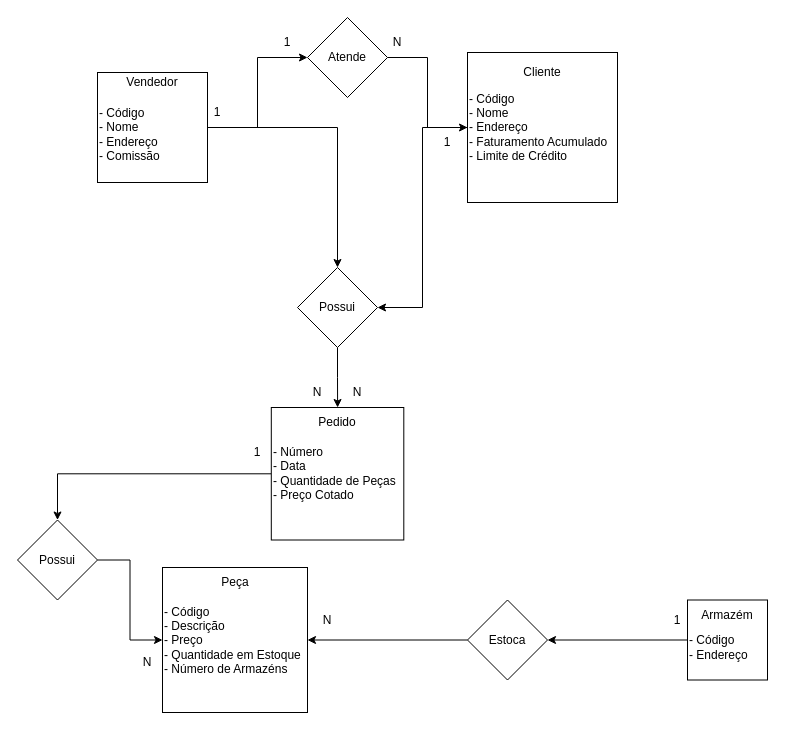
Earlier version of the draw.io diagram Loja de Vendas.drawio (Dandiels/Diagramas-de-Banco-de-Dados). Source tidied: cells renumbered, new cells numbered last; positions are measured from the earlier drawing's top-left corner, leaving out a move shared by most shapes. Both pictures are drawn from the tidied source at 100%, with x=0, y=0 at pixel (17, 17).
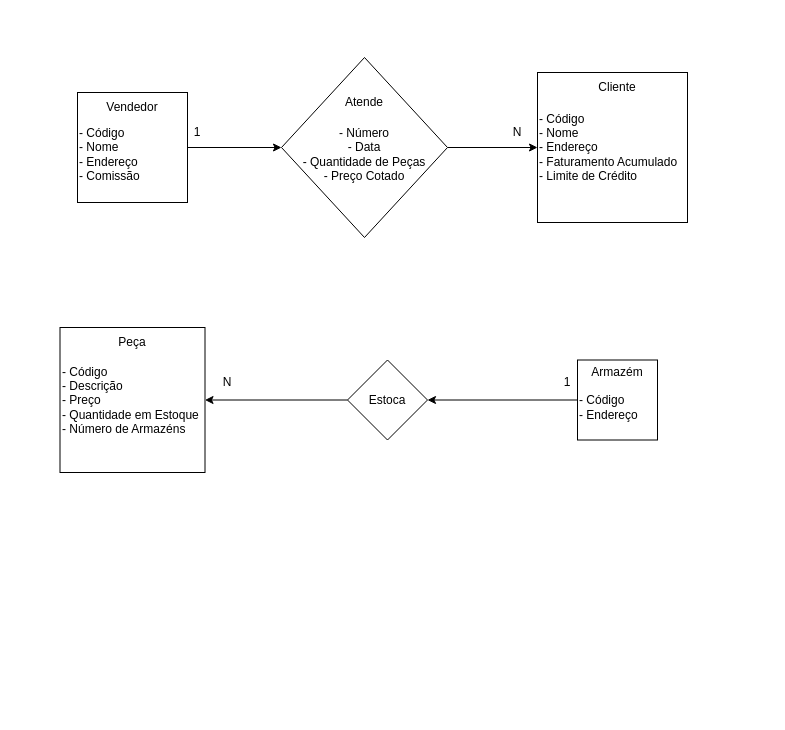
After the change.

Diff of the diagram source:
```diff
@@
-    <mxCell id="3" style="edgeStyle=orthogonalEdgeStyle;rounded=0;jettySize=auto;html=1;entryX=0.5;entryY=0;entryDx=0;entryDy=0;" parent="1" edge="1" source="4" target="26">
-      <mxGeometry relative="1" as="geometry" />
-    </mxCell>
     <mxCell id="4" value="&lt;br&gt;- Código&lt;br&gt;- Nome&lt;br&gt;- Endereço&lt;br&gt;- Comissão" style="whiteSpace=wrap;html=1;align=left;" parent="1" vertex="1">
-      <mxGeometry x="80" y="55" width="110" height="110" as="geometry" />
+      <mxGeometry x="60" y="75" width="110" height="110" as="geometry" />
     </mxCell>
     <mxCell id="5" value="Vendedor" style="text;html=1;strokeColor=none;fillColor=none;align=center;verticalAlign=middle;whiteSpace=wrap;rounded=0;" parent="1" vertex="1">
-      <mxGeometry x="105" y="50" width="60" height="30" as="geometry" />
+      <mxGeometry x="85" y="75" width="60" height="30" as="geometry" />
     </mxCell>
-    <mxCell id="6" style="edgeStyle=orthogonalEdgeStyle;rounded=0;jettySize=auto;html=1;entryX=1;entryY=0.5;entryDx=0;entryDy=0;" parent="1" edge="1" source="7" target="26">
-      <mxGeometry relative="1" as="geometry" />
-    </mxCell>
     <mxCell id="7" value="- Código&lt;br&gt;- Nome&lt;br&gt;- Endereço&lt;br&gt;- Faturamento Acumulado&lt;br&gt;- Limite de Crédito" style="whiteSpace=wrap;html=1;align=left;" parent="1" vertex="1">
-      <mxGeometry x="450" y="35" width="150" height="150" as="geometry" />
+      <mxGeometry x="520" y="55" width="150" height="150" as="geometry" />
     </mxCell>
     <mxCell id="8" value="Cliente" style="text;html=1;strokeColor=none;fillColor=none;align=center;verticalAlign=middle;whiteSpace=wrap;rounded=0;" parent="1" vertex="1">
-      <mxGeometry x="495" y="40" width="60" height="30" as="geometry" />
+      <mxGeometry x="570" y="55" width="60" height="30" as="geometry" />
     </mxCell>
@@
-    <mxCell id="10" value="Atende" style="rhombus;whiteSpace=wrap;html=1;" parent="1" vertex="1">
-      <mxGeometry x="290" width="80" height="80" as="geometry" />
+    <mxCell id="10" value="&lt;br&gt;- Número&lt;br&gt;- Data&lt;br&gt;- Quantidade de Peças&lt;br&gt;- Preço Cotado" style="rhombus;whiteSpace=wrap;html=1;" parent="1" vertex="1">
+      <mxGeometry x="264" y="40" width="166" height="180" as="geometry" />
     </mxCell>
     <mxCell id="11" value="N" style="text;html=1;strokeColor=none;fillColor=none;align=center;verticalAlign=middle;whiteSpace=wrap;rounded=0;" parent="1" vertex="1">
-      <mxGeometry x="350" y="10" width="60" height="30" as="geometry" />
+      <mxGeometry x="470" y="100" width="60" height="30" as="geometry" />
     </mxCell>
-    <mxCell id="12" value="1" style="text;html=1;strokeColor=none;fillColor=none;align=center;verticalAlign=middle;whiteSpace=wrap;rounded=0;" parent="1" vertex="1">
-      <mxGeometry x="240" y="10" width="60" height="30" as="geometry" />
-    </mxCell>
     <mxCell id="13" value="- Código&lt;br&gt;- Descrição&lt;br&gt;- Preço&lt;br&gt;- Quantidade em Estoque&lt;br&gt;- Número de Armazéns" style="whiteSpace=wrap;html=1;align=left;" parent="1" vertex="1">
-      <mxGeometry x="145" y="550" width="145" height="145" as="geometry" />
+      <mxGeometry x="42.5" y="310" width="145" height="145" as="geometry" />
     </mxCell>
     <mxCell id="14" value="Peça" style="text;html=1;strokeColor=none;fillColor=none;align=center;verticalAlign=middle;whiteSpace=wrap;rounded=0;" parent="1" vertex="1">
-      <mxGeometry x="187.5" y="550" width="60" height="30" as="geometry" />
+      <mxGeometry x="85" y="310" width="60" height="30" as="geometry" />
     </mxCell>
@@
     <mxCell id="16" value="&lt;br&gt;- Código&lt;br&gt;- Endereço" style="whiteSpace=wrap;html=1;align=left;" parent="1" vertex="1">
-      <mxGeometry x="670" y="582.5" width="80" height="80" as="geometry" />
+      <mxGeometry x="560" y="342.5" width="80" height="80" as="geometry" />
     </mxCell>
     <mxCell id="17" value="Armazém" style="text;html=1;strokeColor=none;fillColor=none;align=center;verticalAlign=middle;whiteSpace=wrap;rounded=0;" parent="1" vertex="1">
-      <mxGeometry x="680" y="582.5" width="60" height="30" as="geometry" />
+      <mxGeometry x="570" y="340" width="60" height="30" as="geometry" />
     </mxCell>
@@
     <mxCell id="19" value="Estoca" style="rhombus;whiteSpace=wrap;html=1;" parent="1" vertex="1">
-      <mxGeometry x="450" y="582.5" width="80" height="80" as="geometry" />
+      <mxGeometry x="330" y="342.5" width="80" height="80" as="geometry" />
     </mxCell>
     <mxCell id="20" value="N" style="text;html=1;strokeColor=none;fillColor=none;align=center;verticalAlign=middle;whiteSpace=wrap;rounded=0;" parent="1" vertex="1">
-      <mxGeometry x="280" y="587.5" width="60" height="30" as="geometry" />
+      <mxGeometry x="180" y="350" width="60" height="30" as="geometry" />
     </mxCell>
     <mxCell id="21" value="1" style="text;html=1;strokeColor=none;fillColor=none;align=center;verticalAlign=middle;whiteSpace=wrap;rounded=0;" parent="1" vertex="1">
-      <mxGeometry x="630" y="587.5" width="60" height="30" as="geometry" />
+      <mxGeometry x="520" y="350" width="60" height="30" as="geometry" />
     </mxCell>
-    <mxCell id="22" style="edgeStyle=orthogonalEdgeStyle;rounded=0;jettySize=auto;html=1;entryX=0.5;entryY=0;entryDx=0;entryDy=0;" parent="1" edge="1" source="23" target="34">
-      <mxGeometry relative="1" as="geometry" />
-    </mxCell>
-    <mxCell id="23" value="- Número&lt;br&gt;- Data&lt;br&gt;- Quantidade de Peças&lt;br&gt;- Preço Cotado" style="whiteSpace=wrap;html=1;align=left;" parent="1" vertex="1">
-      <mxGeometry x="253.8" y="390" width="132.5" height="132.5" as="geometry" />
-    </mxCell>
-    <mxCell id="24" value="Pedido" style="text;html=1;strokeColor=none;fillColor=none;align=center;verticalAlign=middle;whiteSpace=wrap;rounded=0;" parent="1" vertex="1">
-      <mxGeometry x="290" y="390" width="60" height="30" as="geometry" />
-    </mxCell>
-    <mxCell id="25" style="edgeStyle=orthogonalEdgeStyle;rounded=0;jettySize=auto;html=1;" parent="1" edge="1" source="26" target="23">
-      <mxGeometry relative="1" as="geometry" />
-    </mxCell>
-    <mxCell id="26" value="Possui" style="rhombus;whiteSpace=wrap;html=1;" parent="1" vertex="1">
-      <mxGeometry x="280" y="250" width="80" height="80" as="geometry" />
-    </mxCell>
     <mxCell id="27" value="1" style="text;html=1;strokeColor=none;fillColor=none;align=center;verticalAlign=middle;whiteSpace=wrap;rounded=0;" parent="1" vertex="1">
-      <mxGeometry x="170" y="80" width="60" height="30" as="geometry" />
+      <mxGeometry x="150" y="100" width="60" height="30" as="geometry" />
     </mxCell>
-    <mxCell id="28" value="N" style="text;html=1;strokeColor=none;fillColor=none;align=center;verticalAlign=middle;whiteSpace=wrap;rounded=0;" parent="1" vertex="1">
-      <mxGeometry x="270" y="360" width="60" height="30" as="geometry" />
-    </mxCell>
-    <mxCell id="29" value="N" style="text;html=1;strokeColor=none;fillColor=none;align=center;verticalAlign=middle;whiteSpace=wrap;rounded=0;" parent="1" vertex="1">
-      <mxGeometry x="310" y="360" width="60" height="30" as="geometry" />
-    </mxCell>
-    <mxCell id="30" value="1" style="text;html=1;strokeColor=none;fillColor=none;align=center;verticalAlign=middle;whiteSpace=wrap;rounded=0;" parent="1" vertex="1">
-      <mxGeometry x="210" y="420" width="60" height="30" as="geometry" />
-    </mxCell>
-    <mxCell id="31" value="1" style="text;html=1;strokeColor=none;fillColor=none;align=center;verticalAlign=middle;whiteSpace=wrap;rounded=0;" parent="1" vertex="1">
-      <mxGeometry x="400" y="110" width="60" height="30" as="geometry" />
-    </mxCell>
-    <mxCell id="32" value="N" style="text;html=1;strokeColor=none;fillColor=none;align=center;verticalAlign=middle;whiteSpace=wrap;rounded=0;" parent="1" vertex="1">
-      <mxGeometry x="100" y="630" width="60" height="30" as="geometry" />
-    </mxCell>
-    <mxCell id="33" style="edgeStyle=orthogonalEdgeStyle;rounded=0;jettySize=auto;html=1;entryX=0;entryY=0.5;entryDx=0;entryDy=0;" parent="1" edge="1" source="34" target="13">
-      <mxGeometry relative="1" as="geometry" />
-    </mxCell>
-    <mxCell id="34" value="Possui" style="rhombus;whiteSpace=wrap;html=1;" parent="1" vertex="1">
-      <mxGeometry y="502.5" width="80" height="80" as="geometry" />
-    </mxCell>
+    <mxCell id="35" value="Atende" style="text;html=1;strokeColor=none;fillColor=none;align=center;verticalAlign=middle;whiteSpace=wrap;rounded=0;" parent="1" vertex="1">
+      <mxGeometry x="317" y="70" width="60" height="30" as="geometry" />
+    </mxCell>
```
